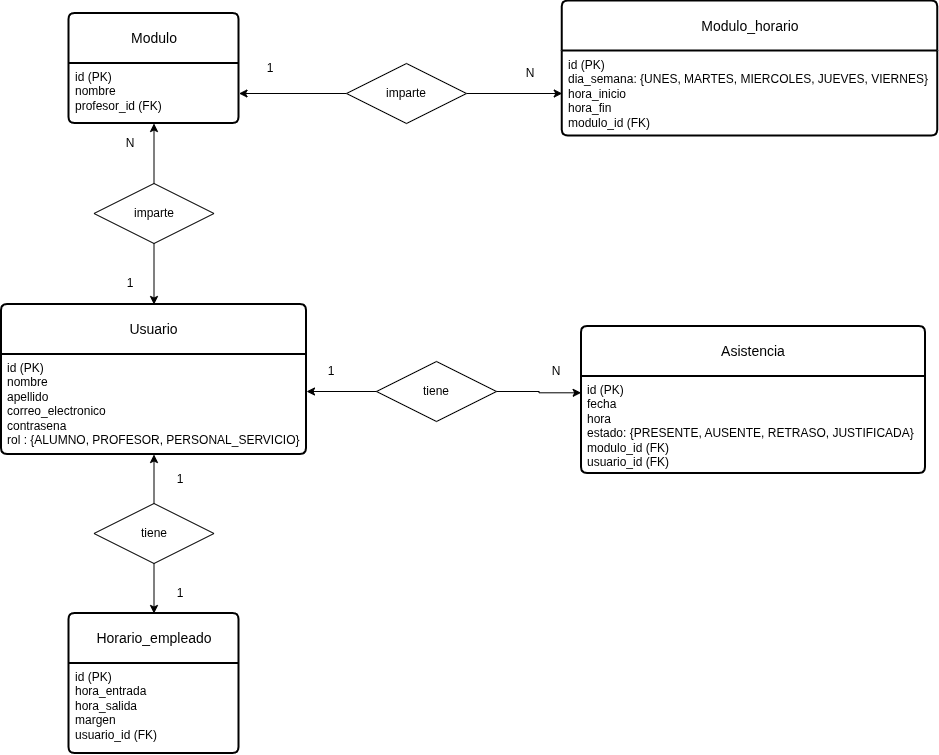
Before: media/diagrama_relacion_entidad.png, a diagram exported from draw.io (jeironEC/proyecto-control-asistencia). Source tidied: cells renumbered, new cells last; positions are measured from the earlier drawing's top-left corner, leaving out a move shared by most shapes.
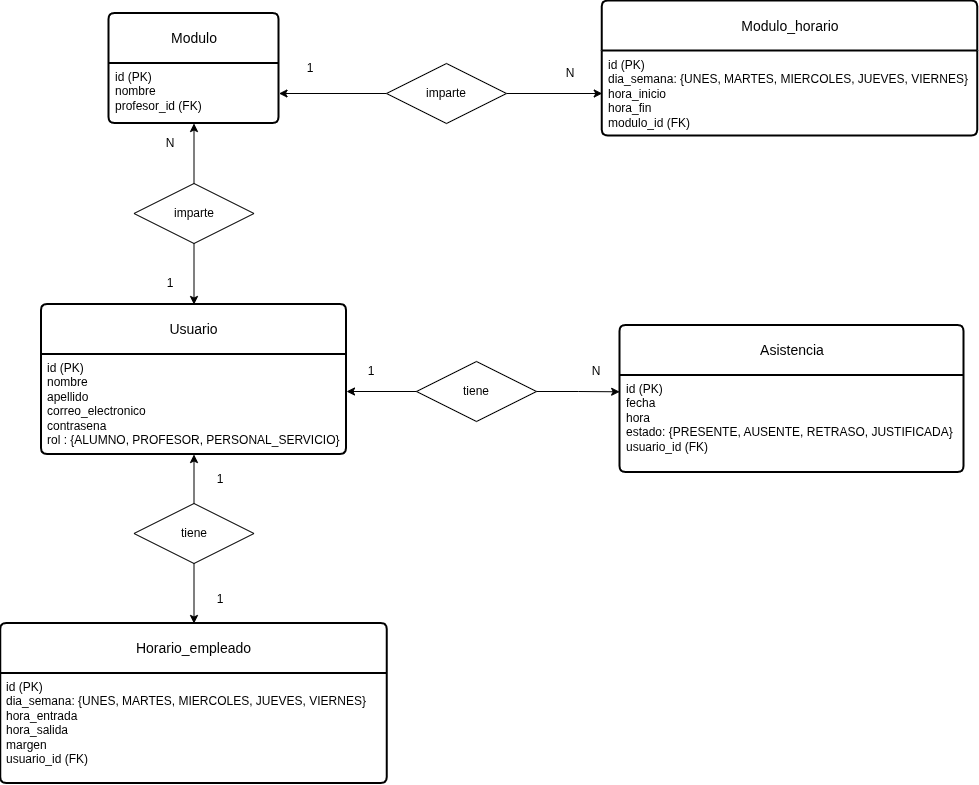
Later version of the same file.

Commit message:
Funcionalidades casi completas

The edit, as a diff of the source:
```diff
@@ -9,9 +9,9 @@
       <mxGeometry y="50" width="305" height="100" as="geometry" />
     </mxCell>
     <mxCell id="4" value="Asistencia" style="swimlane;horizontal=1;startSize=50;rounded=1;fontSize=14;fontStyle=0;strokeWidth=2;shadow=0;dashed=0;align=center;arcSize=4;whiteSpace=wrap;html=1;" parent="1" vertex="1">
-      <mxGeometry x="580" y="325" width="344" height="147" as="geometry" />
+      <mxGeometry x="578.5" y="324" width="344" height="147" as="geometry" />
     </mxCell>
-    <mxCell id="5" value="&lt;div&gt;id (PK)&lt;/div&gt;&lt;div&gt;fecha&amp;nbsp;&lt;/div&gt;&lt;div&gt;hora&lt;/div&gt;&lt;div&gt;estado: {PRESENTE, AUSENTE, RETRASO, JUSTIFICADA}&lt;/div&gt;&lt;div&gt;modulo_id (FK)&lt;/div&gt;&lt;div&gt;usuario_id (FK)&lt;/div&gt;" style="align=left;strokeColor=none;fillColor=none;spacingLeft=4;spacingRight=4;fontSize=12;verticalAlign=top;html=1;whiteSpace=wrap;" parent="4" vertex="1">
+    <mxCell id="5" value="&lt;div&gt;id (PK)&lt;/div&gt;&lt;div&gt;fecha&amp;nbsp;&lt;/div&gt;&lt;div&gt;hora&lt;/div&gt;&lt;div&gt;estado: {PRESENTE, AUSENTE, RETRASO, JUSTIFICADA}&lt;/div&gt;&lt;div&gt;&lt;span style=&quot;background-color: transparent; color: light-dark(rgb(0, 0, 0), rgb(255, 255, 255));&quot;&gt;usuario_id (FK)&lt;/span&gt;&lt;/div&gt;" style="align=left;strokeColor=none;fillColor=none;spacingLeft=4;spacingRight=4;fontSize=12;verticalAlign=top;html=1;whiteSpace=wrap;" parent="4" vertex="1">
       <mxGeometry y="50" width="344" height="97" as="geometry" />
     </mxCell>
     <mxCell id="6" value="N" style="text;html=1;whiteSpace=wrap;strokeColor=none;fillColor=none;align=center;verticalAlign=middle;rounded=0;" parent="1" vertex="1">
@@ -32,10 +32,10 @@
       <mxGeometry relative="1" as="geometry" />
     </mxCell>
     <mxCell id="11" value="Horario_empleado" style="swimlane;horizontal=1;startSize=50;rounded=1;fontSize=14;fontStyle=0;strokeWidth=2;shadow=0;dashed=0;align=center;arcSize=4;whiteSpace=wrap;html=1;" parent="1" vertex="1">
-      <mxGeometry x="67.5" y="612" width="170" height="140" as="geometry" />
+      <mxGeometry x="-40.8" y="622" width="386.5" height="160" as="geometry" />
     </mxCell>
-    <mxCell id="12" value="id (PK)&lt;div&gt;hora_entrada&lt;/div&gt;&lt;div&gt;hora_salida&lt;/div&gt;&lt;div&gt;margen&lt;/div&gt;&lt;div&gt;usuario_id (FK)&lt;/div&gt;" style="align=left;strokeColor=none;fillColor=none;spacingLeft=4;spacingRight=4;fontSize=12;verticalAlign=top;html=1;whiteSpace=wrap;" parent="11" vertex="1">
-      <mxGeometry y="50" width="170" height="90" as="geometry" />
+    <mxCell id="12" value="id (PK)&lt;div&gt;&lt;div&gt;dia_semana: {UNES, MARTES, MIERCOLES, JUEVES, VIERNES}&lt;/div&gt;&lt;div&gt;hora_entrada&lt;/div&gt;&lt;div&gt;hora_salida&lt;/div&gt;&lt;div&gt;margen&lt;/div&gt;&lt;div&gt;usuario_id (FK)&lt;/div&gt;&lt;/div&gt;" style="align=left;strokeColor=none;fillColor=none;spacingLeft=4;spacingRight=4;fontSize=12;verticalAlign=top;html=1;whiteSpace=wrap;" parent="11" vertex="1">
+      <mxGeometry y="50" width="386.5" height="110" as="geometry" />
     </mxCell>
     <mxCell id="13" value="Modulo" style="swimlane;horizontal=1;startSize=50;rounded=1;fontSize=14;fontStyle=0;strokeWidth=2;shadow=0;dashed=0;align=center;arcSize=4;whiteSpace=wrap;html=1;" parent="1" vertex="1">
       <mxGeometry x="67.5" y="12" width="170" height="110" as="geometry" />
@@ -77,7 +77,7 @@
       <mxGeometry x="164" y="468" width="30" height="20" as="geometry" />
     </mxCell>
     <mxCell id="26" value="1" style="text;html=1;whiteSpace=wrap;strokeColor=none;fillColor=none;align=center;verticalAlign=middle;rounded=0;" parent="1" vertex="1">
-      <mxGeometry x="164" y="582" width="30" height="20" as="geometry" />
+      <mxGeometry x="164" y="588" width="30" height="20" as="geometry" />
     </mxCell>
     <mxCell id="27" style="edgeStyle=orthogonalEdgeStyle;rounded=0;jettySize=auto;html=1;entryX=1;entryY=0.5;entryDx=0;entryDy=0;" parent="1" edge="1" source="29" target="14">
       <mxGeometry relative="1" as="geometry" />
```
